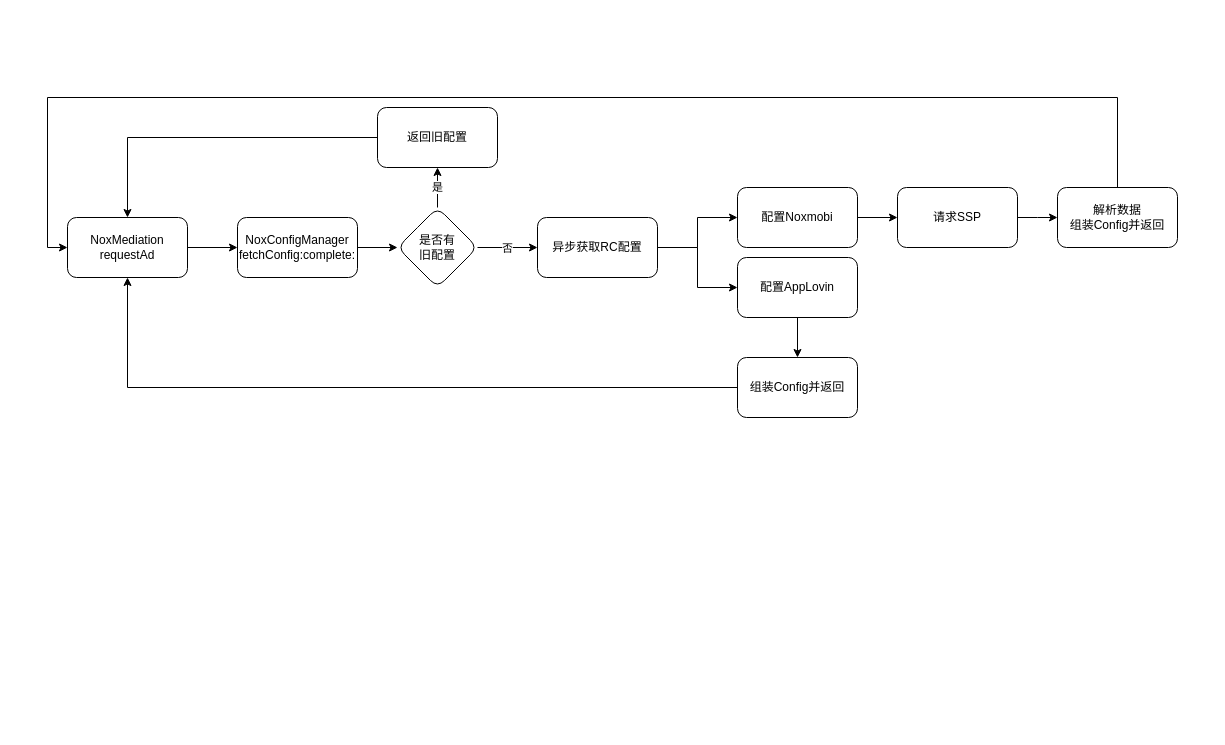
Before: Nox请求全流程.drawio in ChinaChong/Diagrams, a draw.io diagram. Source tidied: cells renumbered, new cells numbered last; positions are measured from the earlier drawing's top-left corner, leaving out a move shared by most shapes. Both pictures are drawn from the tidied source at 100%, with x=0, y=0 at pixel (47, 97).
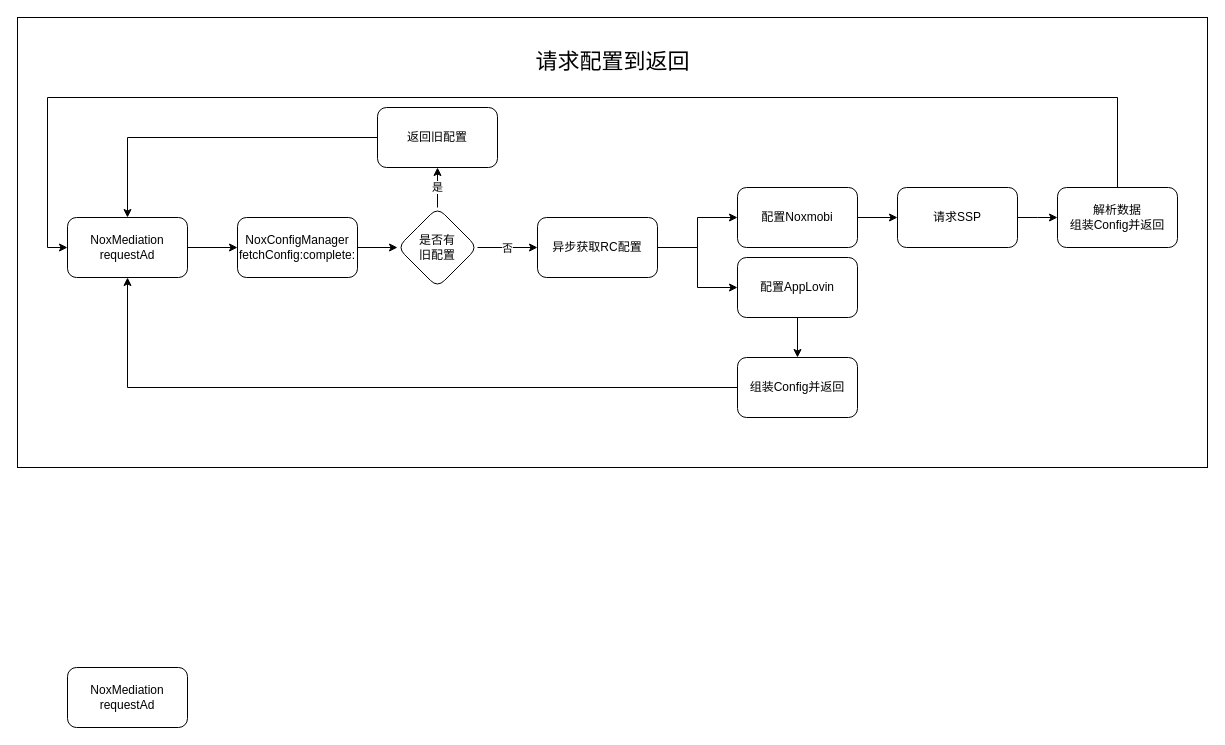
Above is the later version.

Commit message:
更新Nox请求全流程.drawio

The edit, as a diff of the source:
```diff
@@
+    <mxCell id="25" style="rounded=0;whiteSpace=wrap;html=1;" parent="1" vertex="1">
+      <mxGeometry x="-30" y="-80" width="1190" height="450" as="geometry" />
+    </mxCell>
@@
+    <mxCell id="26" value="请求配置到返回" style="text;html=1;strokeColor=none;fillColor=none;align=center;verticalAlign=middle;whiteSpace=wrap;rounded=0;fontSize=22;" parent="1" vertex="1">
+      <mxGeometry x="457.5" y="-50" width="215" height="30" as="geometry" />
+    </mxCell>
+    <mxCell id="27" value="NoxMediation&lt;br&gt;requestAd" style="rounded=1;whiteSpace=wrap;html=1;" parent="1" vertex="1">
+      <mxGeometry x="20" y="570" width="120" height="60" as="geometry" />
+    </mxCell>
```
